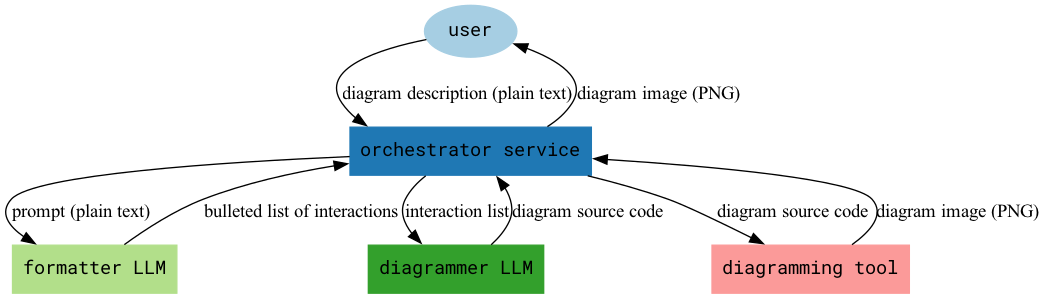
Before: diagram.png, a diagram exported from Graphviz (christianromney/diagrammer). Its source is kept beside it as diagram.dot. The source it was exported from:
```dot
digraph DataFlow {
    graph [bgcolor=white, nodesep=0.2];
    node [fontname="Roboto Mono", colorscheme=paired12, style=filled];

    user [shape=oval, color=1, label="user"];
    orchestrator_service [shape=box, color=2, label="orchestrator service"];
    formatter_LLM [shape=box, color=3, label="formatter LLM"];
    diagrammer_LLM [shape=box, color=4, label="diagrammer LLM"];
    diagramming_tool [shape=box, color=5, label="diagramming tool"];

    user -> orchestrator_service [label="plain text (diagram description)"];
    orchestrator_service -> formatter_LLM [label="plain text (prompt)"];
    formatter_LLM -> orchestrator_service [label="bulleted (list of interactions)"];
    orchestrator_service -> diagrammer_LLM [label="interaction list"];
    diagrammer_LLM -> orchestrator_service [label="diagram source code"];
    orchestrator_service -> diagramming_tool [label="diagram source code"];
    diagramming_tool -> orchestrator_service [label="PNG (diagram image)"];
    orchestrator_service -> user [label="PNG (diagram image)"];
}
```
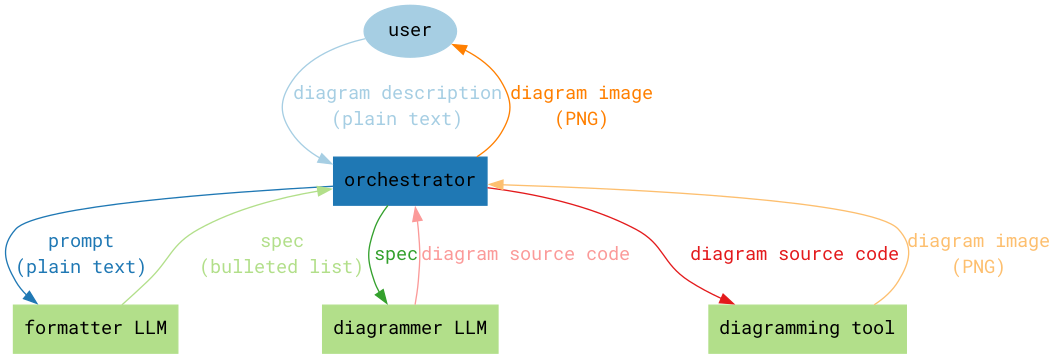
Later version of the same file.

What changed in the source:
```diff
@@ -1,19 +1,20 @@
 digraph DataFlow {
-    graph [bgcolor=white, nodesep=0.2];
-    node [fontname="Roboto Mono", colorscheme=paired12, style=filled];
+    graph [bgcolor=white, fontname="Roboto Mono"];
+    node [colorscheme=paired12, style=filled, fontname="Roboto Mono"];
+    edge [colorscheme=paired12, fontname="Roboto Mono"];
 
     user [shape=oval, color=1, label="user"];
-    orchestrator_service [shape=box, color=2, label="orchestrator service"];
+    orchestrator [shape=box, color=2, label="orchestrator"];
     formatter_LLM [shape=box, color=3, label="formatter LLM"];
-    diagrammer_LLM [shape=box, color=4, label="diagrammer LLM"];
-    diagramming_tool [shape=box, color=5, label="diagramming tool"];
+    diagrammer_LLM [shape=box, color=3, label="diagrammer LLM"];
+    diagramming_tool [shape=box, color=3, label="diagramming tool"];
 
-    user -> orchestrator_service [label="plain text (diagram description)"];
-    orchestrator_service -> formatter_LLM [label="plain text (prompt)"];
-    formatter_LLM -> orchestrator_service [label="bulleted (list of interactions)"];
-    orchestrator_service -> diagrammer_LLM [label="interaction list"];
-    diagrammer_LLM -> orchestrator_service [label="diagram source code"];
-    orchestrator_service -> diagramming_tool [label="diagram source code"];
-    diagramming_tool -> orchestrator_service [label="PNG (diagram image)"];
-    orchestrator_service -> user [label="PNG (diagram image)"];
+    user -> orchestrator [label="diagram description\n(plain text)", color=1, fontcolor=1];
+    orchestrator -> formatter_LLM [label="prompt\n(plain text)", color=2, fontcolor=2];
+    formatter_LLM -> orchestrator [label="spec\n(bulleted list)", color=3, fontcolor=3];
+    orchestrator -> diagrammer_LLM [label="spec", color=4, fontcolor=4];
+    diagrammer_LLM -> orchestrator [label="diagram source code", color=5, fontcolor=5];
+    orchestrator -> diagramming_tool [label="diagram source code", color=6, fontcolor=6];
+    diagramming_tool -> orchestrator [label="diagram image\n(PNG)", color=7, fontcolor=7];
+    orchestrator -> user [label="diagram image\n(PNG)", color=8, fontcolor=8];
 }
```
